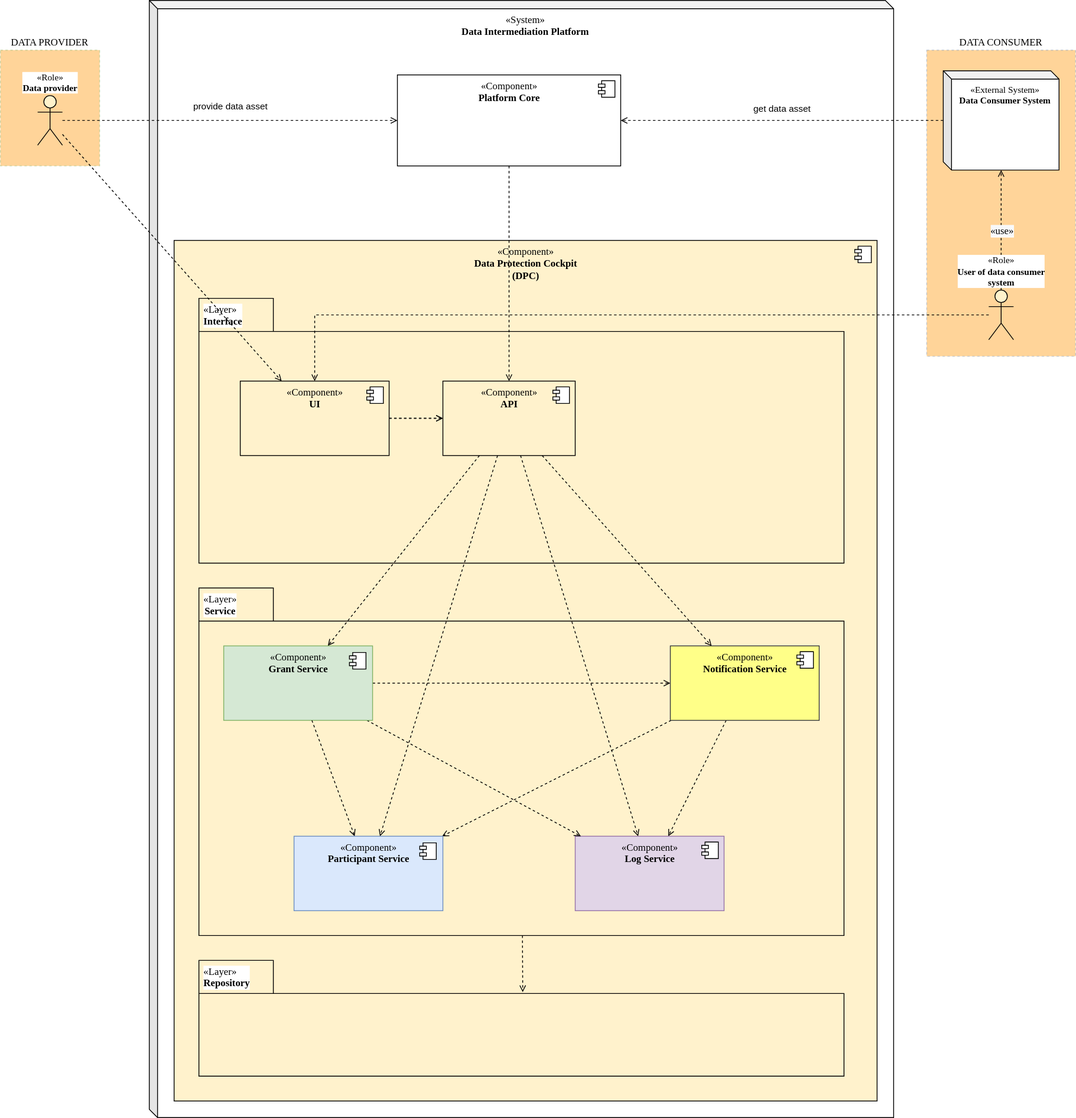
Before: docs/Realisierung/Architekturkonzept/images/diagram_decomposition-layers-components.svg, a diagram exported from draw.io (Fraunhofer-IESE/Daccord). Source tidied: cells renumbered, new cells last; positions are measured from the earlier drawing's top-left corner, leaving out a move shared by most shapes.
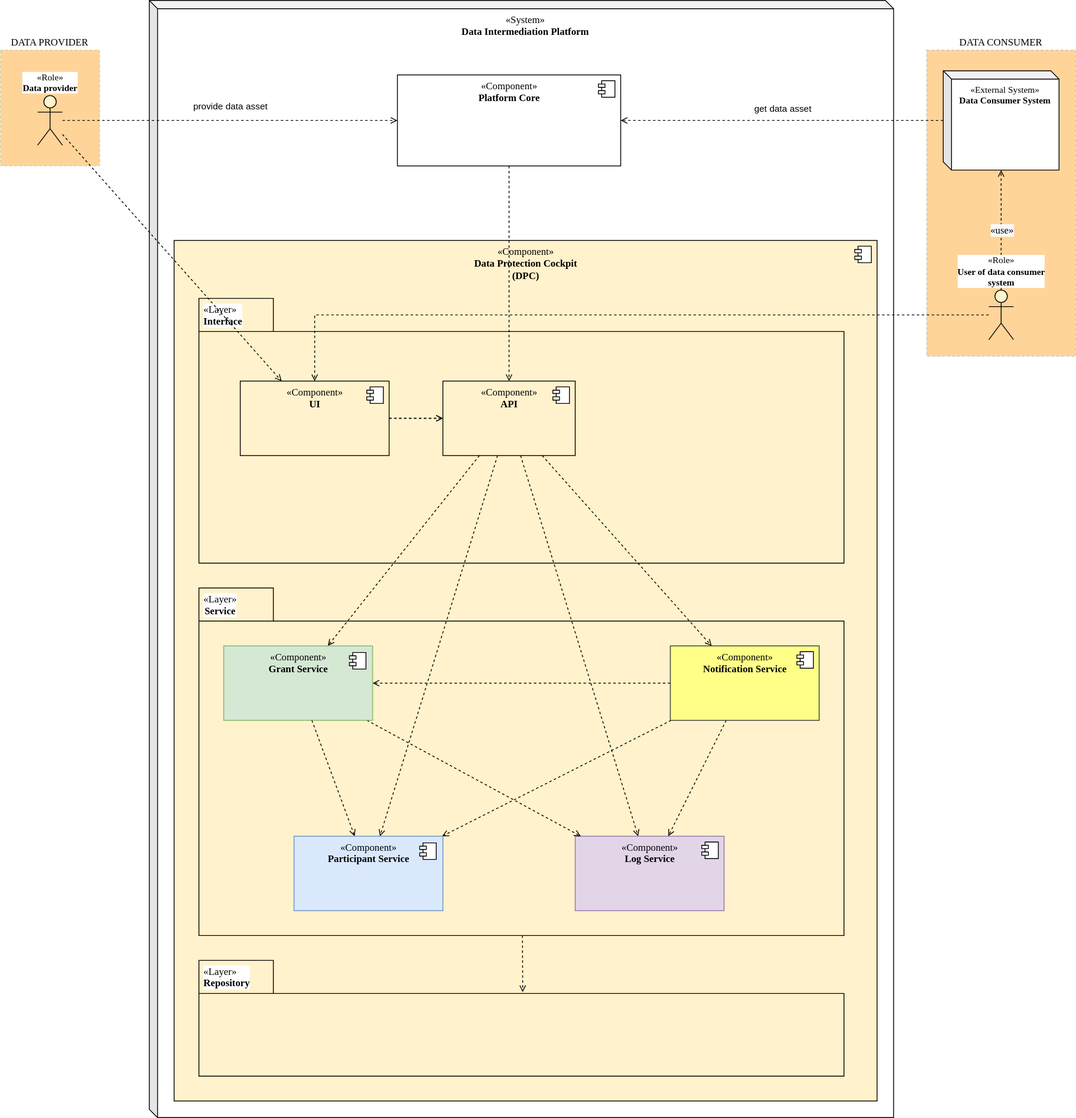
Above is the later version.

The edit, as a diff of the source:
```diff
@@ -102,7 +102,7 @@
     <mxCell id="31" style="edgeStyle=none;shape=connector;rounded=0;jettySize=auto;html=1;dashed=1;strokeColor=default;align=center;verticalAlign=middle;fontFamily=Helvetica;fontSize=11;fontColor=default;labelBackgroundColor=default;endArrow=open;endFill=0;" parent="1" edge="1" source="33" target="45">
       <mxGeometry relative="1" as="geometry" />
     </mxCell>
-    <mxCell id="32" style="edgeStyle=none;shape=connector;rounded=0;jettySize=auto;html=1;dashed=1;strokeColor=default;align=center;verticalAlign=middle;fontFamily=Helvetica;fontSize=11;fontColor=default;labelBackgroundColor=default;endArrow=open;endFill=0;" parent="1" edge="1" source="38" target="33">
+    <mxCell id="32" style="edgeStyle=none;shape=connector;rounded=0;jettySize=auto;html=1;dashed=1;strokeColor=default;align=center;verticalAlign=middle;fontFamily=Helvetica;fontSize=11;fontColor=default;labelBackgroundColor=default;endArrow=open;endFill=0;" parent="1" edge="1" source="33" target="38">
       <mxGeometry relative="1" as="geometry" />
     </mxCell>
     <mxCell id="33" value="&lt;font&gt;«Component»&lt;br&gt;&lt;b&gt;Notification Service&lt;/b&gt;&lt;/font&gt;" style="html=1;verticalAlign=top;fillColor=#ffff88;fontFamily=Verdana;strokeColor=#36393d;" parent="1" vertex="1">
```
